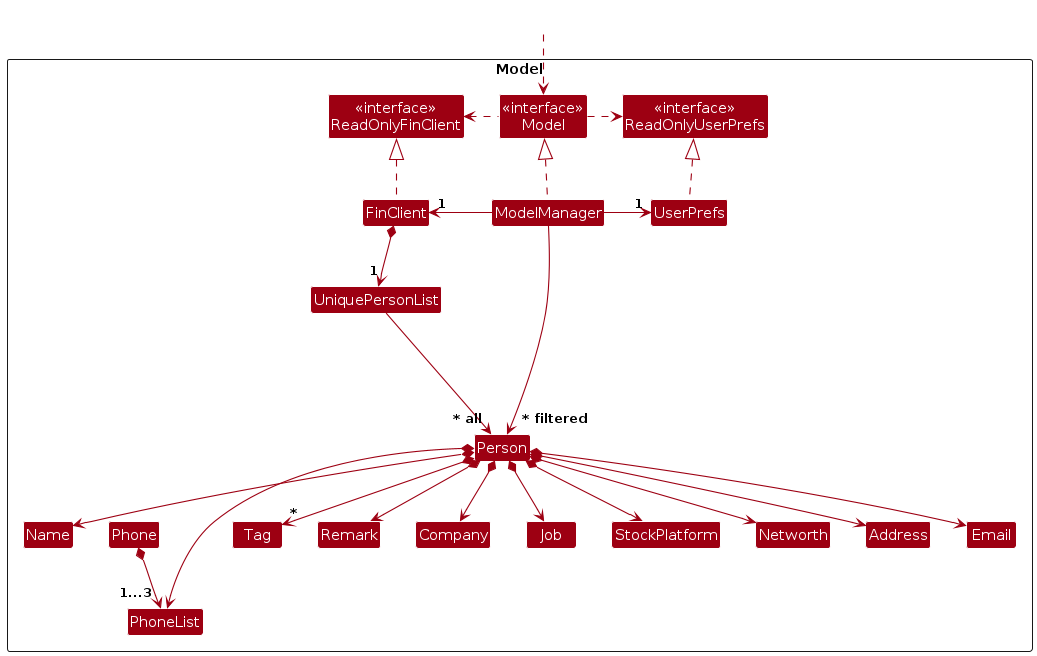
The PlantUML diagram diagrams/ModelClassDiagram.png in AY2425S2-CS2103T-T11-4/tp, before a commit. Its source is kept beside it as diagrams/ModelClassDiagram.puml.
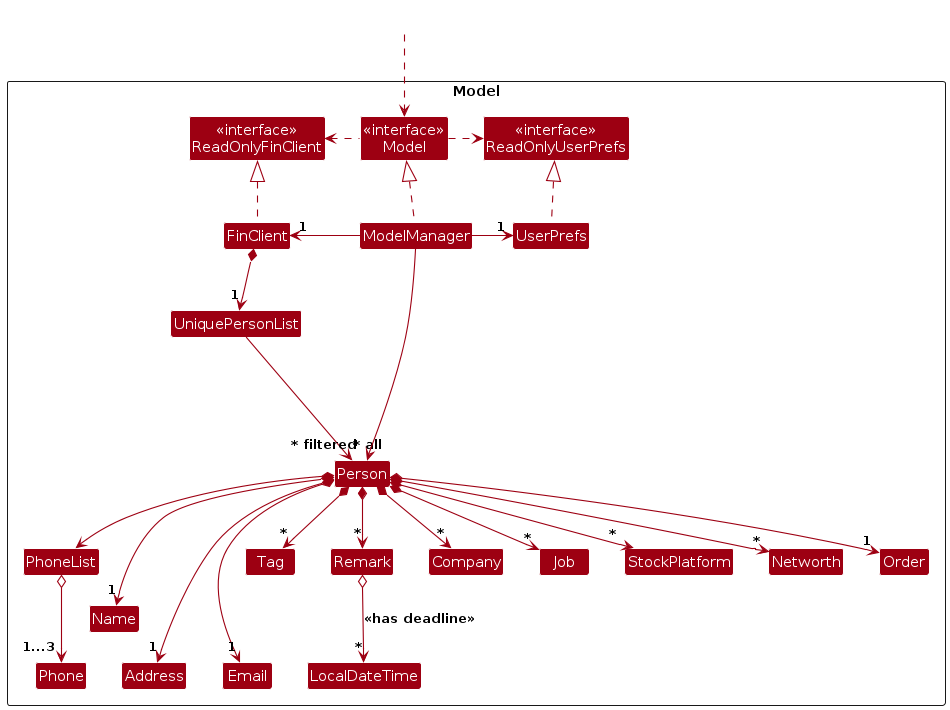
Above is the later version.

What changed in the source:
```diff
@@ -25,6 +25,8 @@
 Class StockPlatform
 Class Networth
 Class Phone
+Class Order
+Class LocalDateTime
 
 Class I #FFFFFF
 }
@@ -43,18 +45,20 @@
 
 FinClient *--> "1" UniquePersonList
 UniquePersonList --> "~* all" Person
-Person *--> Name
+Person *--> "1" Name
 Person *--> PhoneList
-Person *--> Email
-Person *--> Address
+Person *--> "1" Email
+Person *--> "1" Address
+Person *--> "1" Order
 Person *--> "*" Tag
-Person *--> Remark
-Person *--> Company
-Person *--> Job
-Person *--> StockPlatform
-Person *--> Networth
+Person *--> "*" Remark
+Person *--> "*" Company
+Person *--> "*" Job
+Person *--> "*" StockPlatform
+Person *--> "*" Networth
 
-Phone *--> "1...3"PhoneList
+PhoneList o--> "1...3" Phone
+Remark o--> "*" LocalDateTime : <<has deadline>>
 
 Person -[hidden]up--> I
 UniquePersonList -[hidden]right-> I
```
